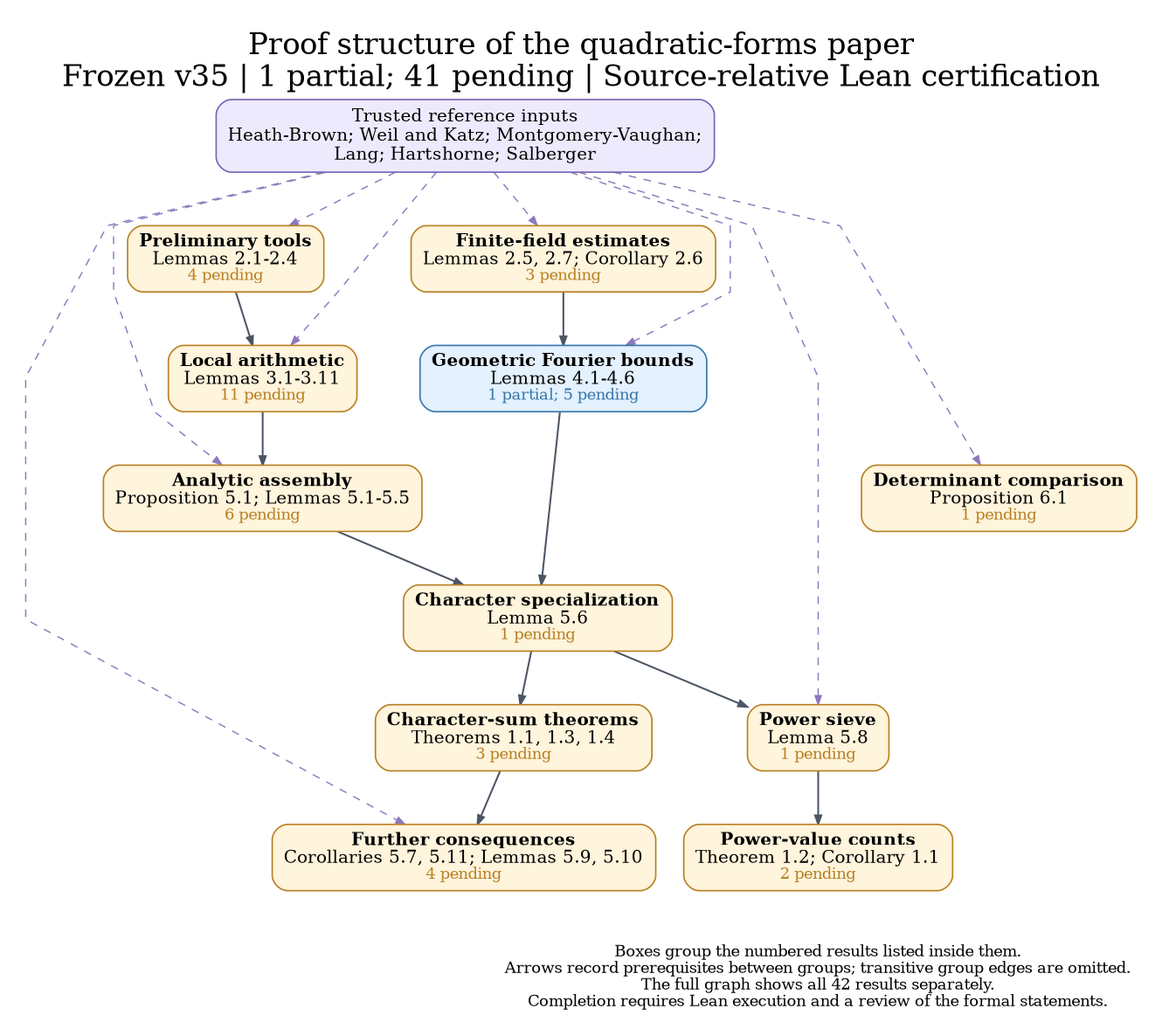
Above: docs/dependency_overview.png in nicolasrobles/quaternary-quadratic-forms (Graphviz), before the change. Its source is kept beside it as docs/dependency_overview.dot.
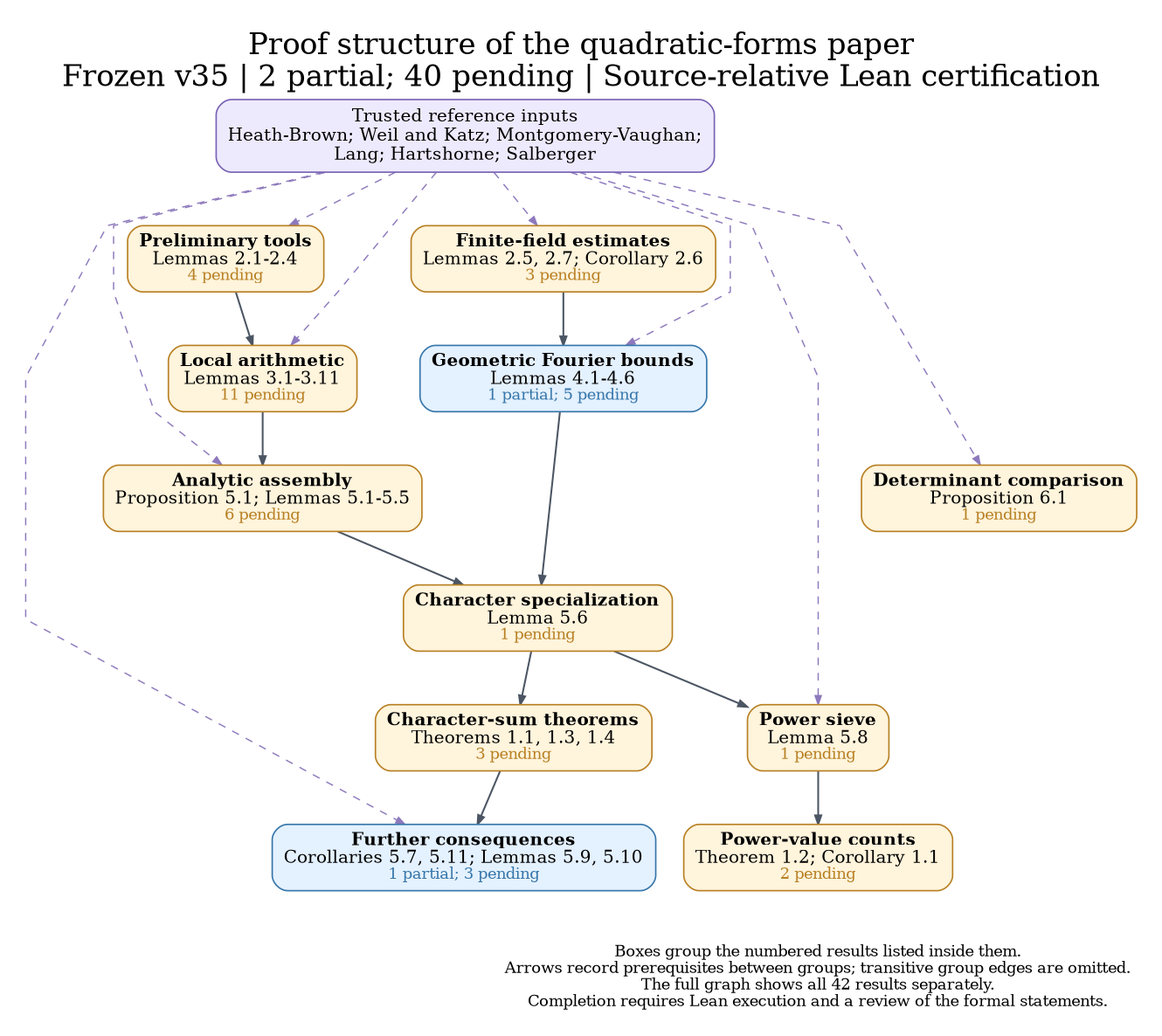
After the commit.

Diff of the diagram source:
```diff
@@ -1,7 +1,7 @@
 digraph Overview {
 graph [rankdir=TB, newrank=true, compound=true, outputorder=edgesfirst,
   bgcolor="white", fontname="DejaVu Serif", fontsize=23, labelloc=t,
-  label="Proof structure of the quadratic-forms paper\nFrozen v35 | 1 partial; 41 pending | Source-relative Lean certification",
+  label="Proof structure of the quadratic-forms paper\nFrozen v35 | 2 partial; 40 pending | Source-relative Lean certification",
   nodesep=0.30, ranksep=0.58, pad=0.28, splines=polyline];
 node [shape=box, style="rounded,filled", fillcolor="#fff4dc", color="#b88023",
   fontname="DejaVu Serif", fontsize=14, penwidth=1.15, margin="0.12,0.09"];
@@ -14,7 +14,7 @@
 "analytic" [label=<<B>Analytic assembly</B><BR/>Proposition 5.1; Lemmas 5.1-5.5<BR/><FONT POINT-SIZE="12" COLOR="#b88023">6 pending</FONT>>, fillcolor="#fff4dc", color="#b88023", URL="https://github.com/nicolasrobles/quaternary-quadratic-forms/blob/main/INVENTORY.md", target="_blank"];
 "characters" [label=<<B>Character specialization</B><BR/>Lemma 5.6<BR/><FONT POINT-SIZE="12" COLOR="#b88023">1 pending</FONT>>, fillcolor="#fff4dc", color="#b88023", URL="https://github.com/nicolasrobles/quaternary-quadratic-forms/blob/main/INVENTORY.md", target="_blank"];
 "sieve" [label=<<B>Power sieve</B><BR/>Lemma 5.8<BR/><FONT POINT-SIZE="12" COLOR="#b88023">1 pending</FONT>>, fillcolor="#fff4dc", color="#b88023", URL="https://github.com/nicolasrobles/quaternary-quadratic-forms/blob/main/INVENTORY.md", target="_blank"];
-"consequences" [label=<<B>Further consequences</B><BR/>Corollaries 5.7, 5.11; Lemmas 5.9, 5.10<BR/><FONT POINT-SIZE="12" COLOR="#b88023">4 pending</FONT>>, fillcolor="#fff4dc", color="#b88023", URL="https://github.com/nicolasrobles/quaternary-quadratic-forms/blob/main/INVENTORY.md", target="_blank"];
+"consequences" [label=<<B>Further consequences</B><BR/>Corollaries 5.7, 5.11; Lemmas 5.9, 5.10<BR/><FONT POINT-SIZE="12" COLOR="#3676aa">1 partial; 3 pending</FONT>>, fillcolor="#e4f1ff", color="#3676aa", URL="https://github.com/nicolasrobles/quaternary-quadratic-forms/blob/main/INVENTORY.md", target="_blank"];
 "maincharacters" [label=<<B>Character-sum theorems</B><BR/>Theorems 1.1, 1.3, 1.4<BR/><FONT POINT-SIZE="12" COLOR="#b88023">3 pending</FONT>>, fillcolor="#fff4dc", color="#b88023", URL="https://github.com/nicolasrobles/quaternary-quadratic-forms/blob/main/INVENTORY.md", target="_blank"];
 "mainpowers" [label=<<B>Power-value counts</B><BR/>Theorem 1.2; Corollary 1.1<BR/><FONT POINT-SIZE="12" COLOR="#b88023">2 pending</FONT>>, fillcolor="#fff4dc", color="#b88023", URL="https://github.com/nicolasrobles/quaternary-quadratic-forms/blob/main/INVENTORY.md", target="_blank"];
 "fixed" [label=<<B>Determinant comparison</B><BR/>Proposition 6.1<BR/><FONT POINT-SIZE="12" COLOR="#b88023">1 pending</FONT>>, fillcolor="#fff4dc", color="#b88023", URL="https://github.com/nicolasrobles/quaternary-quadratic-forms/blob/main/INVENTORY.md", target="_blank"];
```
